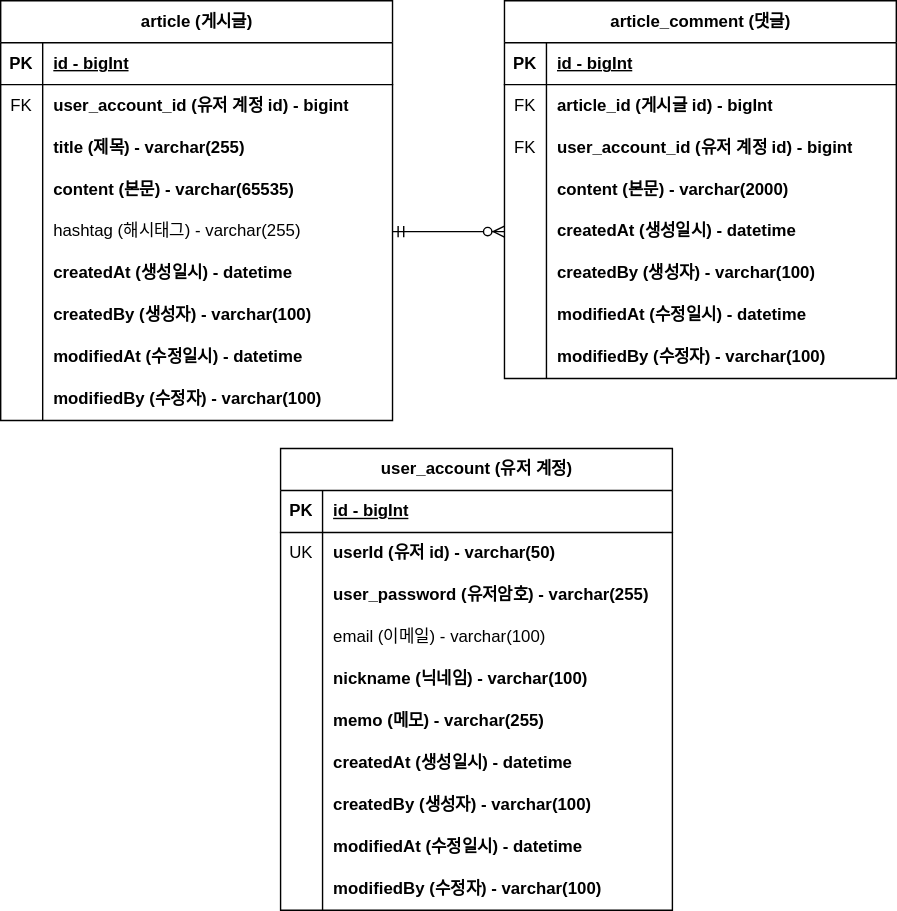
Before: document/project-board-erd.svg, a diagram exported from draw.io (Jung-ji-hyeon/project-board). Source tidied: cells renumbered, new cells last; positions are measured from the earlier drawing's top-left corner, leaving out a move shared by most shapes.
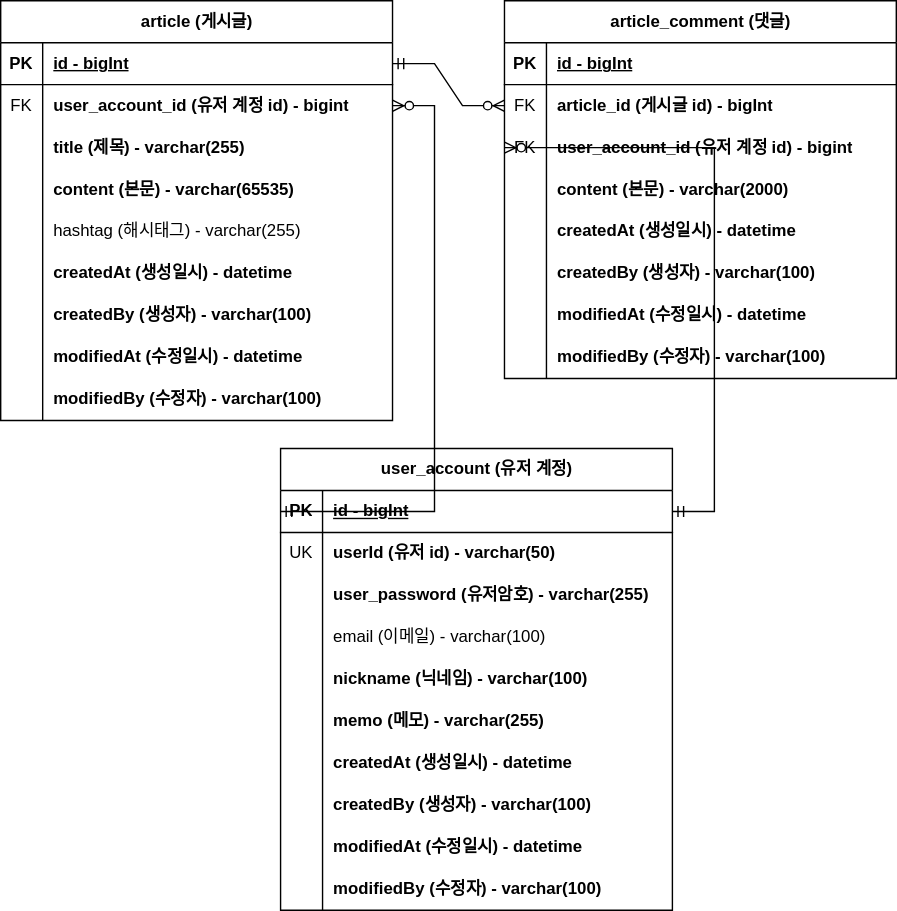
Later version of the same file.

Commit message:
ERD 업데이트

Change to the diagram source:
```diff
@@ -161,7 +161,7 @@
     <mxCell id="54" value="modifiedBy (수정자) - varchar(100)" style="shape=partialRectangle;fillColor=none;top=0;left=0;bottom=0;right=0;align=left;spacingLeft=6;overflow=hidden;whiteSpace=wrap;html=1;fontStyle=1;" parent="52" vertex="1">
       <mxGeometry x="30" width="250" height="30" as="geometry" />
     </mxCell>
-    <mxCell id="55" style="edgeStyle=entityRelationEdgeStyle;fontSize=12;html=1;endArrow=ERzeroToMany;startArrow=ERmandOne;rounded=0;exitX=1;exitY=0.5;exitDx=0;exitDy=0;entryX=0;entryY=0.5;entryDx=0;entryDy=0;" parent="1" edge="1" source="15" target="43">
+    <mxCell id="55" style="edgeStyle=entityRelationEdgeStyle;fontSize=12;html=1;endArrow=ERzeroToMany;startArrow=ERmandOne;rounded=0;exitX=1;exitY=0.5;exitDx=0;exitDy=0;entryX=0;entryY=0.5;entryDx=0;entryDy=0;" parent="1" edge="1" source="3" target="34">
       <mxGeometry relative="1" as="geometry" />
     </mxCell>
     <mxCell id="56" value="user_account (유저 계정)" style="shape=table;startSize=30;rowLines=0;fontStyle=1;align=center;html=1;" parent="1" vertex="1">
@@ -257,5 +257,20 @@
     <mxCell id="86" value="modifiedBy (수정자) - varchar(100)" style="shape=partialRectangle;fillColor=none;top=0;left=0;bottom=0;right=0;align=left;spacingLeft=6;overflow=hidden;whiteSpace=wrap;html=1;fontStyle=1;" parent="84" vertex="1">
       <mxGeometry x="30" width="250" height="30" as="geometry" />
     </mxCell>
+    <mxCell id="87" style="edgeStyle=entityRelationEdgeStyle;fontSize=12;html=1;endArrow=ERzeroToMany;startArrow=ERmandOne;rounded=0;exitX=0;exitY=0.5;exitDx=0;exitDy=0;" parent="1" edge="1" source="57" target="6">
+      <mxGeometry relative="1" as="geometry">
+        <Array as="points">
+          <mxPoint x="220" y="230" />
+        </Array>
+      </mxGeometry>
+    </mxCell>
+    <mxCell id="88" style="edgeStyle=entityRelationEdgeStyle;fontSize=12;html=1;endArrow=ERzeroToMany;startArrow=ERmandOne;rounded=0;entryX=0;entryY=0.5;entryDx=0;entryDy=0;" parent="1" edge="1" target="37">
+      <mxGeometry relative="1" as="geometry">
+        <mxPoint x="480" y="365" as="sourcePoint" />
+        <Array as="points">
+          <mxPoint x="230" y="240" />
+        </Array>
+      </mxGeometry>
+    </mxCell>
   </root>
 </mxGraphModel>
```
